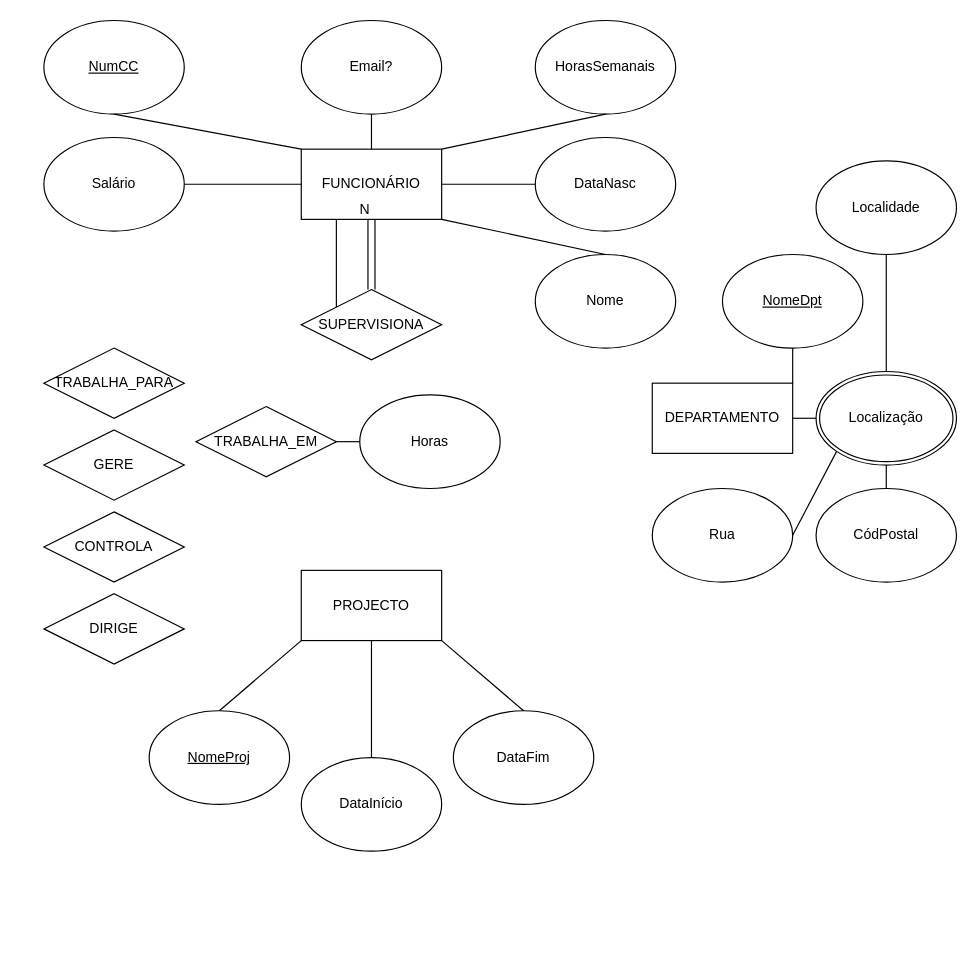
Earlier version of the draw.io diagram BD_Empresa.drawio (dabiditos/SistemasDeBasesDeDados). Source tidied: cells renumbered, new cells numbered last; positions are measured from the earlier drawing's top-left corner, leaving out a move shared by most shapes. Both pictures are drawn from the tidied source at 117%, with x=0, y=0 at pixel (43, 20).
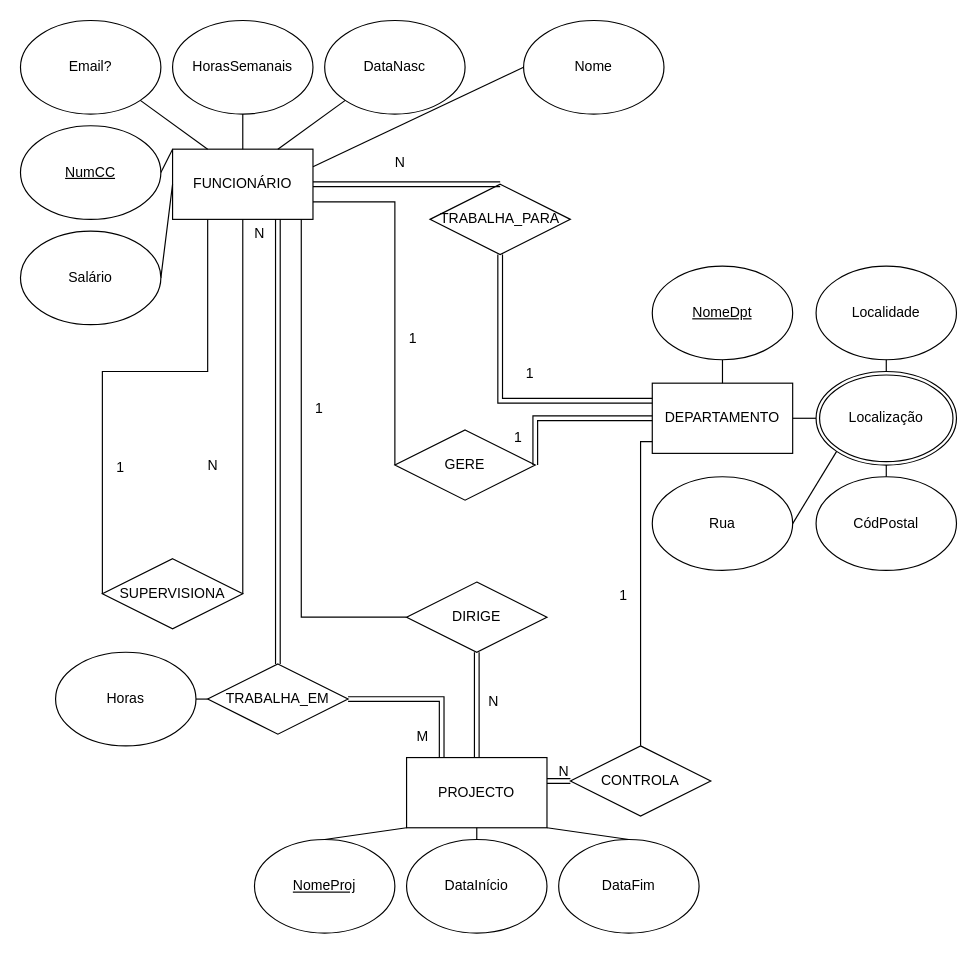
The same diagram, later.

The change refers to these unchanged cells:
```xml
<mxCell id="9" value="DEPARTAMENTO" style="rounded=0;whiteSpace=wrap;html=1;" parent="1" vertex="1">
  <mxGeometry x="520" y="310" width="120" height="60" as="geometry" />
</mxCell>
<mxCell id="20" value="Localização" style="ellipse;shape=doubleEllipse;margin=3;whiteSpace=wrap;html=1;align=center;" parent="1" vertex="1">
  <mxGeometry x="660" y="300" width="120" height="80" as="geometry" />
</mxCell>
```

Diff of the diagram source:
```diff
@@
     <mxCell id="2" value="FUNCIONÁRIO" style="rounded=0;whiteSpace=wrap;html=1;" parent="1" vertex="1">
-      <mxGeometry x="220" y="110" width="120" height="60" as="geometry" />
+      <mxGeometry x="110" y="110" width="120" height="60" as="geometry" />
     </mxCell>
     <mxCell id="3" value="&lt;u&gt;NumCC&lt;/u&gt;" style="ellipse;whiteSpace=wrap;html=1;" parent="1" vertex="1">
-      <mxGeometry width="120" height="80" as="geometry" />
+      <mxGeometry x="-20" y="90" width="120" height="80" as="geometry" />
     </mxCell>
     <mxCell id="4" value="Email?" style="ellipse;whiteSpace=wrap;html=1;" parent="1" vertex="1">
-      <mxGeometry x="220" width="120" height="80" as="geometry" />
+      <mxGeometry x="-20" width="120" height="80" as="geometry" />
     </mxCell>
     <mxCell id="5" value="HorasSemanais" style="ellipse;whiteSpace=wrap;html=1;" parent="1" vertex="1">
-      <mxGeometry x="420" width="120" height="80" as="geometry" />
+      <mxGeometry x="110" width="120" height="80" as="geometry" />
     </mxCell>
-    <mxCell id="6" style="endArrow=none;html=1;rounded=0;entryX=0.5;entryY=1;entryDx=0;entryDy=0;" parent="1" edge="1" target="3">
+    <mxCell id="6" style="endArrow=none;html=1;rounded=0;entryX=1;entryY=0.5;entryDx=0;entryDy=0;" parent="1" edge="1" target="3">
       <mxGeometry relative="1" as="geometry">
-        <mxPoint x="220" y="110" as="sourcePoint" />
+        <mxPoint x="110" y="110" as="sourcePoint" />
       </mxGeometry>
     </mxCell>
-    <mxCell id="7" style="endArrow=none;html=1;rounded=0;entryX=0.5;entryY=1;entryDx=0;entryDy=0;exitX=0.5;exitY=0;exitDx=0;exitDy=0;" parent="1" edge="1" source="2" target="4">
+    <mxCell id="7" style="endArrow=none;html=1;rounded=0;entryX=1;entryY=1;entryDx=0;entryDy=0;exitX=0.25;exitY=0;exitDx=0;exitDy=0;" parent="1" edge="1" source="2" target="4">
       <mxGeometry relative="1" as="geometry" />
     </mxCell>
-    <mxCell id="8" style="endArrow=none;html=1;rounded=0;entryX=0.5;entryY=1;entryDx=0;entryDy=0;" parent="1" edge="1" target="5">
-      <mxGeometry relative="1" as="geometry">
-        <mxPoint x="340" y="110" as="sourcePoint" />
-      </mxGeometry>
+    <mxCell id="8" style="endArrow=none;html=1;rounded=0;entryX=0.5;entryY=1;entryDx=0;entryDy=0;exitX=0.5;exitY=0;exitDx=0;exitDy=0;" parent="1" edge="1" source="2" target="5">
+      <mxGeometry relative="1" as="geometry" />
     </mxCell>
@@
-    <mxCell id="10" style="endArrow=none;html=1;rounded=0;entryX=0.5;entryY=1;entryDx=0;entryDy=0;" parent="1" edge="1" target="11">
-      <mxGeometry relative="1" as="geometry">
-        <mxPoint x="640" y="310" as="sourcePoint" />
-      </mxGeometry>
+    <mxCell id="10" style="endArrow=none;html=1;rounded=0;entryX=0.5;entryY=1;entryDx=0;entryDy=0;exitX=0.5;exitY=0;exitDx=0;exitDy=0;" parent="1" edge="1" source="9" target="11">
+      <mxGeometry relative="1" as="geometry" />
     </mxCell>
     <mxCell id="11" value="&lt;u&gt;NomeDpt&lt;/u&gt;" style="ellipse;whiteSpace=wrap;html=1;" parent="1" vertex="1">
-      <mxGeometry x="580" y="200" width="120" height="80" as="geometry" />
+      <mxGeometry x="520" y="210" width="120" height="80" as="geometry" />
     </mxCell>
@@
     <mxCell id="13" value="PROJECTO" style="rounded=0;whiteSpace=wrap;html=1;" parent="1" vertex="1">
-      <mxGeometry x="220" y="470" width="120" height="60" as="geometry" />
+      <mxGeometry x="310" y="630" width="120" height="60" as="geometry" />
     </mxCell>
     <mxCell id="14" style="endArrow=none;html=1;rounded=0;exitX=0.5;exitY=0;exitDx=0;exitDy=0;" parent="1" edge="1" source="15">
       <mxGeometry relative="1" as="geometry">
-        <mxPoint x="220" y="530" as="targetPoint" />
+        <mxPoint x="310" y="690" as="targetPoint" />
       </mxGeometry>
     </mxCell>
     <mxCell id="15" value="&lt;u&gt;NomeProj&lt;/u&gt;" style="ellipse;whiteSpace=wrap;html=1;" parent="1" vertex="1">
-      <mxGeometry x="90" y="590" width="120" height="80" as="geometry" />
+      <mxGeometry x="180" y="700" width="120" height="80" as="geometry" />
     </mxCell>
     <mxCell id="16" value="DataInício" style="ellipse;whiteSpace=wrap;html=1;" parent="1" vertex="1">
-      <mxGeometry x="220" y="630" width="120" height="80" as="geometry" />
+      <mxGeometry x="310" y="700" width="120" height="80" as="geometry" />
     </mxCell>
     <mxCell id="17" value="DataFim" style="ellipse;whiteSpace=wrap;html=1;" parent="1" vertex="1">
-      <mxGeometry x="350" y="590" width="120" height="80" as="geometry" />
+      <mxGeometry x="440" y="700" width="120" height="80" as="geometry" />
     </mxCell>
     <mxCell id="18" style="endArrow=none;html=1;rounded=0;exitX=0.5;exitY=0;exitDx=0;exitDy=0;" parent="1" edge="1" source="16">
       <mxGeometry relative="1" as="geometry">
-        <mxPoint x="280" y="530" as="targetPoint" />
+        <mxPoint x="370" y="690" as="targetPoint" />
       </mxGeometry>
     </mxCell>
     <mxCell id="19" style="endArrow=none;html=1;rounded=0;entryX=0.5;entryY=0;entryDx=0;entryDy=0;" parent="1" edge="1" target="17">
       <mxGeometry relative="1" as="geometry">
-        <mxPoint x="340" y="530" as="sourcePoint" />
+        <mxPoint x="430" y="690" as="sourcePoint" />
       </mxGeometry>
     </mxCell>
@@
     <mxCell id="21" value="DataNasc" style="ellipse;whiteSpace=wrap;html=1;" parent="1" vertex="1">
-      <mxGeometry x="420" y="100" width="120" height="80" as="geometry" />
+      <mxGeometry x="240" width="120" height="80" as="geometry" />
     </mxCell>
-    <mxCell id="22" style="endArrow=none;html=1;rounded=0;entryX=0;entryY=0.5;entryDx=0;entryDy=0;" parent="1" edge="1" target="21">
-      <mxGeometry relative="1" as="geometry">
-        <mxPoint x="340" y="140" as="sourcePoint" />
-      </mxGeometry>
+    <mxCell id="22" style="endArrow=none;html=1;rounded=0;entryX=0;entryY=1;entryDx=0;entryDy=0;exitX=0.75;exitY=0;exitDx=0;exitDy=0;" parent="1" edge="1" source="2" target="21">
+      <mxGeometry relative="1" as="geometry" />
     </mxCell>
@@
     <mxCell id="24" value="Salário" style="ellipse;whiteSpace=wrap;html=1;" parent="1" vertex="1">
-      <mxGeometry y="100" width="120" height="80" as="geometry" />
+      <mxGeometry x="-20" y="180" width="120" height="80" as="geometry" />
     </mxCell>
     <mxCell id="25" value="Nome" style="ellipse;whiteSpace=wrap;html=1;" parent="1" vertex="1">
-      <mxGeometry x="420" y="200" width="120" height="80" as="geometry" />
+      <mxGeometry x="410" width="120" height="80" as="geometry" />
     </mxCell>
-    <mxCell id="26" style="endArrow=none;html=1;rounded=0;entryX=0.5;entryY=0;entryDx=0;entryDy=0;" parent="1" edge="1" target="25">
-      <mxGeometry relative="1" as="geometry">
-        <mxPoint x="340" y="170" as="sourcePoint" />
-      </mxGeometry>
+    <mxCell id="26" style="endArrow=none;html=1;rounded=0;entryX=0;entryY=0.5;entryDx=0;entryDy=0;exitX=1;exitY=0.25;exitDx=0;exitDy=0;" parent="1" edge="1" source="2" target="25">
+      <mxGeometry relative="1" as="geometry" />
     </mxCell>
     <mxCell id="27" value="CódPostal" style="ellipse;whiteSpace=wrap;html=1;" parent="1" vertex="1">
-      <mxGeometry x="660" y="400" width="120" height="80" as="geometry" />
+      <mxGeometry x="660" y="390" width="120" height="80" as="geometry" />
     </mxCell>
     <mxCell id="28" value="Localidade" style="ellipse;whiteSpace=wrap;html=1;" parent="1" vertex="1">
-      <mxGeometry x="660" y="120" width="120" height="80" as="geometry" />
+      <mxGeometry x="660" y="210" width="120" height="80" as="geometry" />
     </mxCell>
     <mxCell id="29" value="Rua" style="ellipse;whiteSpace=wrap;html=1;" parent="1" vertex="1">
-      <mxGeometry x="520" y="400" width="120" height="80" as="geometry" />
+      <mxGeometry x="520" y="390" width="120" height="80" as="geometry" />
     </mxCell>
@@
-    <mxCell id="32" style="endArrow=none;html=1;rounded=0;entryX=0.5;entryY=1;entryDx=0;entryDy=0;" parent="1" edge="1" target="20">
-      <mxGeometry relative="1" as="geometry">
-        <mxPoint x="720" y="400" as="sourcePoint" />
-      </mxGeometry>
+    <mxCell id="32" style="endArrow=none;html=1;rounded=0;entryX=0.5;entryY=1;entryDx=0;entryDy=0;exitX=0.5;exitY=0;exitDx=0;exitDy=0;" parent="1" edge="1" source="27" target="20">
+      <mxGeometry relative="1" as="geometry" />
     </mxCell>
     <mxCell id="33" value="SUPERVISIONA" style="shape=rhombus;perimeter=rhombusPerimeter;whiteSpace=wrap;html=1;align=center;" parent="1" vertex="1">
-      <mxGeometry x="220" y="230" width="120" height="60" as="geometry" />
+      <mxGeometry x="50" y="460" width="120" height="60" as="geometry" />
     </mxCell>
     <mxCell id="34" value="TRABALHA_PARA" style="shape=rhombus;perimeter=rhombusPerimeter;whiteSpace=wrap;html=1;align=center;" parent="1" vertex="1">
-      <mxGeometry y="280" width="120" height="60" as="geometry" />
+      <mxGeometry x="330" y="140" width="120" height="60" as="geometry" />
     </mxCell>
     <mxCell id="35" value="GERE" style="shape=rhombus;perimeter=rhombusPerimeter;whiteSpace=wrap;html=1;align=center;" parent="1" vertex="1">
-      <mxGeometry y="350" width="120" height="60" as="geometry" />
+      <mxGeometry x="300" y="350" width="120" height="60" as="geometry" />
     </mxCell>
     <mxCell id="36" value="CONTROLA" style="shape=rhombus;perimeter=rhombusPerimeter;whiteSpace=wrap;html=1;align=center;" parent="1" vertex="1">
-      <mxGeometry y="420" width="120" height="60" as="geometry" />
+      <mxGeometry x="450" y="620" width="120" height="60" as="geometry" />
     </mxCell>
     <mxCell id="37" value="DIRIGE" style="shape=rhombus;perimeter=rhombusPerimeter;whiteSpace=wrap;html=1;align=center;" parent="1" vertex="1">
-      <mxGeometry y="490" width="120" height="60" as="geometry" />
+      <mxGeometry x="310" y="480" width="120" height="60" as="geometry" />
     </mxCell>
+    <mxCell id="39" value="Horas" style="ellipse;whiteSpace=wrap;html=1;" parent="1" vertex="1">
+      <mxGeometry x="10" y="540" width="120" height="80" as="geometry" />
+    </mxCell>
     <mxCell id="38" value="TRABALHA_EM" style="shape=rhombus;perimeter=rhombusPerimeter;whiteSpace=wrap;html=1;align=center;" parent="1" vertex="1">
-      <mxGeometry x="130" y="330" width="120" height="60" as="geometry" />
+      <mxGeometry x="140" y="550" width="120" height="60" as="geometry" />
     </mxCell>
-    <mxCell id="39" value="Horas" style="ellipse;whiteSpace=wrap;html=1;" parent="1" vertex="1">
-      <mxGeometry x="270" y="320" width="120" height="80" as="geometry" />
-    </mxCell>
-    <mxCell id="40" style="endArrow=none;html=1;rounded=0;entryX=0;entryY=0.5;entryDx=0;entryDy=0;exitX=1;exitY=0.5;exitDx=0;exitDy=0;" parent="1" edge="1" source="38" target="39">
+    <mxCell id="40" style="endArrow=none;html=1;rounded=0;entryX=1;entryY=0.5;entryDx=0;entryDy=0;exitX=0;exitY=0.5;exitDx=0;exitDy=0;" parent="1" edge="1" source="38" target="39">
       <mxGeometry relative="1" as="geometry" />
     </mxCell>
-    <mxCell id="41" style="shape=link;html=1;rounded=0;exitX=0.5;exitY=0;exitDx=0;exitDy=0;entryX=0.5;entryY=1;entryDx=0;entryDy=0;width=6;" parent="1" edge="1" source="33" target="2">
-      <mxGeometry relative="1" as="geometry">
-        <Array as="points">
-          <mxPoint x="280" y="200" />
-        </Array>
-      </mxGeometry>
-    </mxCell>
-    <mxCell id="42" value="N" style="html=1;whiteSpace=wrap;align=right;verticalAlign=bottom;" parent="41" vertex="1">
-      <mxGeometry x="1" relative="1" as="geometry" />
-    </mxCell>
-    <mxCell id="43" style="endArrow=none;html=1;rounded=0;entryX=0.25;entryY=1;entryDx=0;entryDy=0;exitX=0;exitY=0;exitDx=0;exitDy=0;" parent="1" edge="1" source="33" target="2">
-      <mxGeometry relative="1" as="geometry" />
-    </mxCell>
+    <mxCell id="44" style="shape=link;html=1;rounded=0;entryX=0.25;entryY=0;entryDx=0;entryDy=0;exitX=1;exitY=0.5;exitDx=0;exitDy=0;" parent="1" edge="1" source="38" target="13">
+      <mxGeometry relative="1" as="geometry">
+        <Array as="points">
+          <mxPoint x="340" y="580" />
+        </Array>
+      </mxGeometry>
+    </mxCell>
+    <mxCell id="45" value="M" style="html=1;whiteSpace=wrap;align=right;verticalAlign=bottom;" parent="44" vertex="1">
+      <mxGeometry x="1" relative="1" as="geometry">
+        <mxPoint x="-10" y="-10" as="offset" />
+      </mxGeometry>
+    </mxCell>
+    <mxCell id="46" style="shape=link;html=1;rounded=0;entryX=0.75;entryY=1;entryDx=0;entryDy=0;exitX=0.5;exitY=0;exitDx=0;exitDy=0;" parent="1" edge="1" source="38" target="2">
+      <mxGeometry relative="1" as="geometry" />
+    </mxCell>
+    <mxCell id="47" value="N" style="html=1;whiteSpace=wrap;align=right;verticalAlign=bottom;" parent="46" vertex="1">
+      <mxGeometry x="1" relative="1" as="geometry">
+        <mxPoint x="-10" y="20" as="offset" />
+      </mxGeometry>
+    </mxCell>
+    <mxCell id="48" style="endArrow=none;html=1;rounded=0;entryX=0;entryY=0.5;entryDx=0;entryDy=0;exitX=0.25;exitY=1;exitDx=0;exitDy=0;" parent="1" edge="1" source="2" target="33">
+      <mxGeometry relative="1" as="geometry">
+        <Array as="points">
+          <mxPoint x="140" y="200" />
+          <mxPoint x="140" y="300" />
+          <mxPoint x="50" y="300" />
+        </Array>
+      </mxGeometry>
+    </mxCell>
+    <mxCell id="49" value="1" style="html=1;whiteSpace=wrap;align=right;verticalAlign=bottom;" parent="48" vertex="1">
+      <mxGeometry x="1" relative="1" as="geometry">
+        <mxPoint x="20" y="-100" as="offset" />
+      </mxGeometry>
+    </mxCell>
+    <mxCell id="50" style="endArrow=none;html=1;rounded=0;entryX=0.5;entryY=1;entryDx=0;entryDy=0;exitX=1;exitY=0.5;exitDx=0;exitDy=0;" parent="1" edge="1" source="33" target="2">
+      <mxGeometry relative="1" as="geometry" />
+    </mxCell>
+    <mxCell id="51" value="N" style="html=1;whiteSpace=wrap;align=right;verticalAlign=bottom;" parent="50" vertex="1">
+      <mxGeometry x="1" relative="1" as="geometry">
+        <mxPoint x="-20" y="219" as="offset" />
+      </mxGeometry>
+    </mxCell>
+    <mxCell id="52" style="shape=link;html=1;rounded=0;entryX=0;entryY=0.5;entryDx=0;entryDy=0;exitX=1;exitY=0.5;exitDx=0;exitDy=0;" parent="1" edge="1" source="35" target="9">
+      <mxGeometry relative="1" as="geometry">
+        <Array as="points">
+          <mxPoint x="420" y="340" />
+        </Array>
+      </mxGeometry>
+    </mxCell>
+    <mxCell id="53" value="1" style="html=1;whiteSpace=wrap;align=right;verticalAlign=bottom;" parent="52" vertex="1">
+      <mxGeometry x="1" relative="1" as="geometry">
+        <mxPoint x="-110" y="25" as="offset" />
+      </mxGeometry>
+    </mxCell>
+    <mxCell id="54" style="endArrow=none;html=1;rounded=0;entryX=0;entryY=0.5;entryDx=0;entryDy=0;exitX=1;exitY=0.75;exitDx=0;exitDy=0;" parent="1" edge="1" source="2" target="35">
+      <mxGeometry relative="1" as="geometry">
+        <Array as="points">
+          <mxPoint x="300" y="155" />
+        </Array>
+      </mxGeometry>
+    </mxCell>
+    <mxCell id="55" value="1" style="html=1;whiteSpace=wrap;align=right;verticalAlign=bottom;" parent="54" vertex="1">
+      <mxGeometry x="1" relative="1" as="geometry">
+        <mxPoint x="20" y="-100" as="offset" />
+      </mxGeometry>
+    </mxCell>
+    <mxCell id="56" style="shape=link;html=1;rounded=0;" parent="1" edge="1">
+      <mxGeometry relative="1" as="geometry">
+        <mxPoint x="230" y="140" as="sourcePoint" />
+        <mxPoint x="390" y="140" as="targetPoint" />
+      </mxGeometry>
+    </mxCell>
+    <mxCell id="57" value="N" style="html=1;whiteSpace=wrap;align=right;verticalAlign=bottom;" parent="56" vertex="1">
+      <mxGeometry x="1" relative="1" as="geometry">
+        <mxPoint x="-80" y="-10" as="offset" />
+      </mxGeometry>
+    </mxCell>
+    <mxCell id="58" style="shape=link;html=1;rounded=0;entryX=0;entryY=0.25;entryDx=0;entryDy=0;" parent="1" edge="1" target="9">
+      <mxGeometry relative="1" as="geometry">
+        <mxPoint x="390" y="200" as="sourcePoint" />
+        <Array as="points">
+          <mxPoint x="390" y="325" />
+        </Array>
+      </mxGeometry>
+    </mxCell>
+    <mxCell id="59" value="1" style="html=1;whiteSpace=wrap;align=right;verticalAlign=bottom;" parent="58" vertex="1">
+      <mxGeometry x="1" relative="1" as="geometry">
+        <mxPoint x="-100" y="-15" as="offset" />
+      </mxGeometry>
+    </mxCell>
+    <mxCell id="60" style="endArrow=none;html=1;rounded=0;entryX=0;entryY=0.5;entryDx=0;entryDy=0;" parent="1" edge="1" target="37">
+      <mxGeometry relative="1" as="geometry">
+        <mxPoint x="220" y="170" as="sourcePoint" />
+        <Array as="points">
+          <mxPoint x="220" y="510" />
+        </Array>
+      </mxGeometry>
+    </mxCell>
+    <mxCell id="61" value="1" style="html=1;whiteSpace=wrap;align=right;verticalAlign=bottom;" parent="60" vertex="1">
+      <mxGeometry x="1" relative="1" as="geometry">
+        <mxPoint x="-70" y="-170" as="offset" />
+      </mxGeometry>
+    </mxCell>
+    <mxCell id="62" style="shape=link;html=1;rounded=0;entryX=0.5;entryY=0;entryDx=0;entryDy=0;" parent="1" edge="1" target="13">
+      <mxGeometry relative="1" as="geometry">
+        <mxPoint x="370" y="540" as="sourcePoint" />
+      </mxGeometry>
+    </mxCell>
+    <mxCell id="63" value="N" style="html=1;whiteSpace=wrap;align=right;verticalAlign=bottom;" parent="62" vertex="1">
+      <mxGeometry x="1" relative="1" as="geometry">
+        <mxPoint x="20" y="-40" as="offset" />
+      </mxGeometry>
+    </mxCell>
+    <mxCell id="64" style="endArrow=none;html=1;rounded=0;" parent="1" edge="1" source="36">
+      <mxGeometry relative="1" as="geometry">
+        <mxPoint x="520" y="360" as="targetPoint" />
+        <Array as="points">
+          <mxPoint x="510" y="360" />
+        </Array>
+      </mxGeometry>
+    </mxCell>
+    <mxCell id="65" value="1" style="html=1;whiteSpace=wrap;align=right;verticalAlign=bottom;" parent="64" vertex="1">
+      <mxGeometry x="1" relative="1" as="geometry">
+        <mxPoint x="-20" y="140" as="offset" />
+      </mxGeometry>
+    </mxCell>
+    <mxCell id="66" style="shape=link;html=1;rounded=0;entryX=0;entryY=0.5;entryDx=0;entryDy=0;" parent="1" edge="1" target="36">
+      <mxGeometry relative="1" as="geometry">
+        <mxPoint x="430" y="650" as="sourcePoint" />
+      </mxGeometry>
+    </mxCell>
+    <mxCell id="67" value="N" style="html=1;whiteSpace=wrap;align=right;verticalAlign=bottom;" parent="66" vertex="1">
+      <mxGeometry x="1" relative="1" as="geometry" />
+    </mxCell>
```
